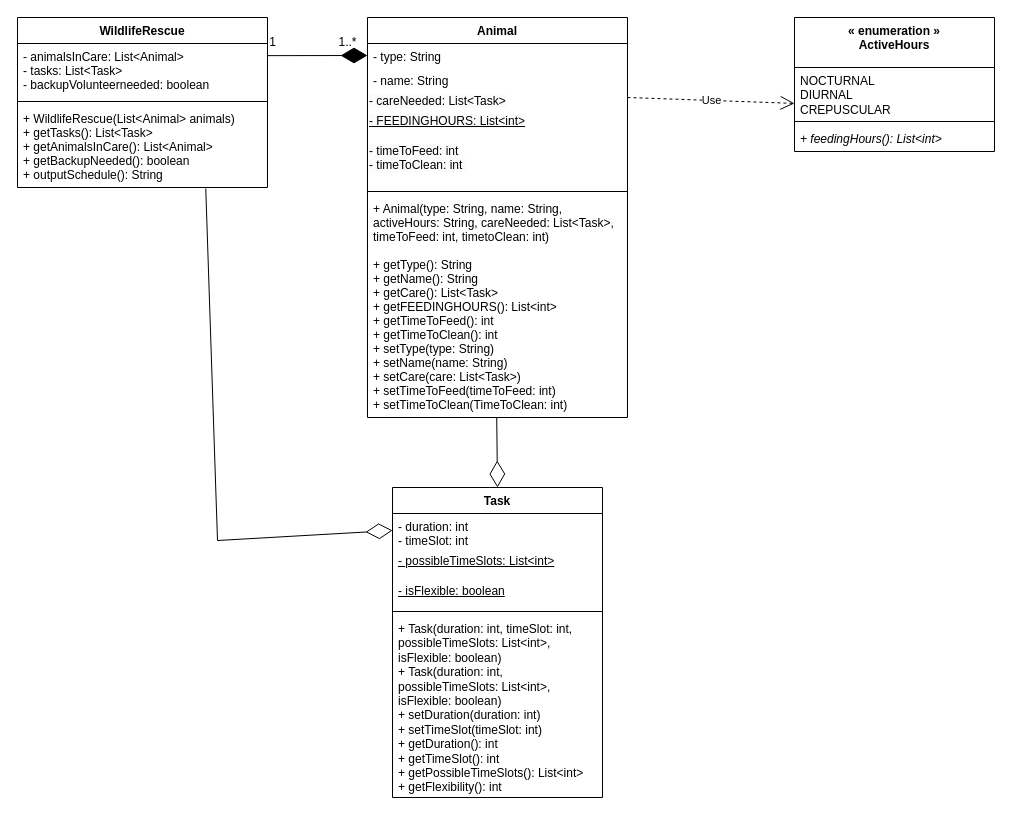
Earlier version of the draw.io diagram 64.drawio (aryan-karadia/Mock-Schedule-Builder). Source tidied: cells renumbered, new cells numbered last; positions are measured from the earlier drawing's top-left corner, leaving out a move shared by most shapes. Both pictures are drawn from the tidied source at 100%, with x=0, y=0 at pixel (17, 17).
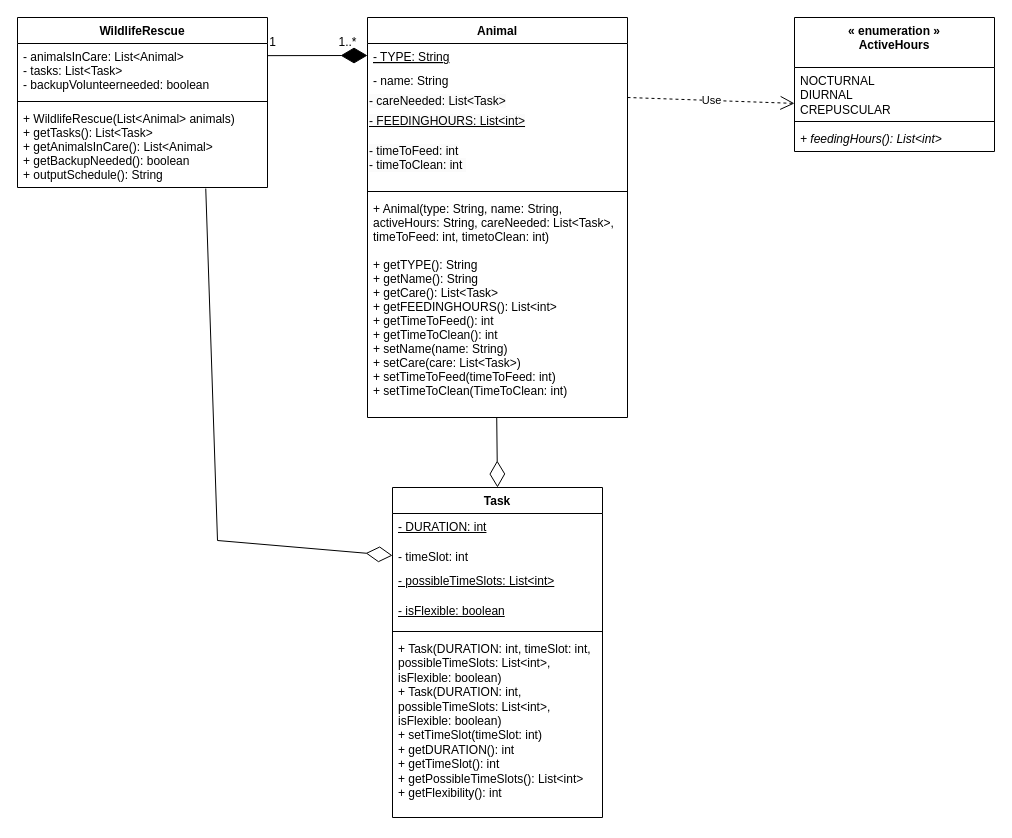
Above is the later version.

Unchanged cells that the change refers to:
```xml
<mxCell id="6" value="Animal" style="swimlane;fontStyle=1;align=center;verticalAlign=top;horizontal=1;startSize=26;" parent="1" vertex="1">
  <mxGeometry x="350" width="260" height="400" as="geometry" />
</mxCell>
```

What changed in the source:
```diff
@@
-    <mxCell id="7" value="- type: String" style="text;strokeColor=none;fillColor=none;align=left;verticalAlign=top;spacingLeft=4;spacingRight=4;overflow=hidden;points=[[0,0.5],[1,0.5]];portConstraint=eastwest;fontStyle=0;" parent="6" vertex="1">
+    <mxCell id="7" value="- TYPE: String" style="text;strokeColor=none;fillColor=none;align=left;verticalAlign=top;spacingLeft=4;spacingRight=4;overflow=hidden;points=[[0,0.5],[1,0.5]];portConstraint=eastwest;fontStyle=4;" parent="6" vertex="1">
       <mxGeometry y="26" width="260" height="24" as="geometry" />
     </mxCell>
@@
-    <mxCell id="13" value="+ Animal(type: String, name: String, &#10;activeHours: String, careNeeded: List&lt;Task&gt;, &#10;timeToFeed: int, timetoClean: int)&#10;&#10;+ getType(): String&#10;+ getName(): String&#10;+ getCare(): List&lt;Task&gt;&#10;+ getFEEDINGHOURS(): List&lt;int&gt;&#10;+ getTimeToFeed(): int&#10;+ getTimeToClean(): int&#10;+ setType(type: String)&#10;+ setName(name: String)&#10;+ setCare(care: List&lt;Task&gt;)&#10;+ setTimeToFeed(timeToFeed: int)&#10;+ setTimeToClean(TimeToClean: int)&#10;&#10;" style="text;strokeColor=none;fillColor=none;align=left;verticalAlign=top;spacingLeft=4;spacingRight=4;overflow=hidden;points=[[0,0.5],[1,0.5]];portConstraint=eastwest;" parent="6" vertex="1">
+    <mxCell id="13" value="+ Animal(type: String, name: String, &#10;activeHours: String, careNeeded: List&lt;Task&gt;, &#10;timeToFeed: int, timetoClean: int)&#10;&#10;+ getTYPE(): String&#10;+ getName(): String&#10;+ getCare(): List&lt;Task&gt;&#10;+ getFEEDINGHOURS(): List&lt;int&gt;&#10;+ getTimeToFeed(): int&#10;+ getTimeToClean(): int&#10;+ setName(name: String)&#10;+ setCare(care: List&lt;Task&gt;)&#10;+ setTimeToFeed(timeToFeed: int)&#10;+ setTimeToClean(TimeToClean: int)&#10;&#10;" style="text;strokeColor=none;fillColor=none;align=left;verticalAlign=top;spacingLeft=4;spacingRight=4;overflow=hidden;points=[[0,0.5],[1,0.5]];portConstraint=eastwest;" parent="6" vertex="1">
       <mxGeometry y="178" width="260" height="222" as="geometry" />
     </mxCell>
@@
     <mxCell id="20" value="Task" style="swimlane;fontStyle=1;align=center;verticalAlign=top;horizontal=1;startSize=26;whiteSpace=wrap;html=1;" parent="1" vertex="1">
-      <mxGeometry x="375" y="470" width="210" height="310" as="geometry" />
+      <mxGeometry x="375" y="470" width="210" height="330" as="geometry" />
     </mxCell>
+    <mxCell id="30" value="&lt;u&gt;- DURATION: int&lt;/u&gt;" style="text;html=1;strokeColor=none;fillColor=none;align=left;verticalAlign=top;whiteSpace=wrap;rounded=0;spacingLeft=4;spacingRight=4;" parent="20" vertex="1">
+      <mxGeometry y="26" width="210" height="30" as="geometry" />
+    </mxCell>
-    <mxCell id="21" value="- duration: int&lt;br&gt;- timeSlot: int" style="text;strokeColor=none;fillColor=none;align=left;verticalAlign=top;spacingLeft=4;spacingRight=4;overflow=hidden;points=[[0,0.5],[1,0.5]];portConstraint=eastwest;whiteSpace=wrap;html=1;" parent="20" vertex="1">
-      <mxGeometry y="26" width="210" height="34" as="geometry" />
+    <mxCell id="21" value="- timeSlot: int" style="text;strokeColor=none;fillColor=none;align=left;verticalAlign=top;spacingLeft=4;spacingRight=4;overflow=hidden;points=[[0,0.5],[1,0.5]];portConstraint=eastwest;whiteSpace=wrap;html=1;" parent="20" vertex="1">
+      <mxGeometry y="56" width="210" height="24" as="geometry" />
     </mxCell>
-    <mxCell id="22" value="&lt;u&gt;- possibleTimeSlots: List&amp;lt;int&amp;gt;&lt;/u&gt;" style="text;html=1;strokeColor=none;fillColor=none;align=left;verticalAlign=top;whiteSpace=wrap;rounded=0;spacingLeft=4;spacingRight=4;" parent="20" vertex="1">
-      <mxGeometry y="60" width="210" height="30" as="geometry" />
+    <mxCell id="22" value="&lt;u&gt;- possibleTimeSlots: List&amp;lt;int&amp;gt;&lt;br&gt;&lt;br&gt;&lt;/u&gt;" style="text;html=1;strokeColor=none;fillColor=none;align=left;verticalAlign=top;whiteSpace=wrap;rounded=0;spacingLeft=4;spacingRight=4;" parent="20" vertex="1">
+      <mxGeometry y="80" width="210" height="30" as="geometry" />
     </mxCell>
     <mxCell id="23" value="&lt;u&gt;- isFlexible: boolean&lt;/u&gt;" style="text;strokeColor=none;fillColor=none;align=left;verticalAlign=top;spacingLeft=4;spacingRight=4;overflow=hidden;whiteSpace=wrap;html=1;" parent="20" vertex="1">
-      <mxGeometry y="90" width="210" height="30" as="geometry" />
+      <mxGeometry y="110" width="210" height="30" as="geometry" />
     </mxCell>
     <mxCell id="24" style="line;strokeWidth=1;fillColor=none;align=left;verticalAlign=middle;spacingTop=-1;spacingLeft=3;spacingRight=3;labelPosition=right;strokeColor=inherit;" parent="20" vertex="1">
-      <mxGeometry y="120" width="210" height="8" as="geometry" />
+      <mxGeometry y="140" width="210" height="8" as="geometry" />
     </mxCell>
-    <mxCell id="25" value="+ Task(duration: int, timeSlot: int, possibleTimeSlots: List&amp;lt;int&amp;gt;, isFlexible: boolean)&lt;br&gt;+ Task(duration: int, possibleTimeSlots: List&amp;lt;int&amp;gt;, isFlexible: boolean)&lt;br&gt;+ setDuration(duration: int)&lt;br&gt;+ setTimeSlot(timeSlot: int)&lt;br&gt;+ getDuration(): int&lt;br&gt;+ getTimeSlot(): int&lt;br&gt;+ getPossibleTimeSlots(): List&amp;lt;int&amp;gt;&lt;br&gt;+ getFlexibility(): int" style="text;strokeColor=none;fillColor=none;align=left;verticalAlign=top;spacingLeft=4;spacingRight=4;overflow=hidden;whiteSpace=wrap;html=1;" parent="20" vertex="1">
-      <mxGeometry y="128" width="210" height="182" as="geometry" />
+    <mxCell id="25" value="+ Task(DURATION: int, timeSlot: int, possibleTimeSlots: List&amp;lt;int&amp;gt;, isFlexible: boolean)&lt;br&gt;+ Task(DURATION: int, possibleTimeSlots: List&amp;lt;int&amp;gt;, isFlexible: boolean)&lt;br&gt;+ setTimeSlot(timeSlot: int)&lt;br&gt;+ getDURATION(): int&lt;br&gt;+ getTimeSlot(): int&lt;br&gt;+ getPossibleTimeSlots(): List&amp;lt;int&amp;gt;&lt;br&gt;+ getFlexibility(): int" style="text;strokeColor=none;fillColor=none;align=left;verticalAlign=top;spacingLeft=4;spacingRight=4;overflow=hidden;whiteSpace=wrap;html=1;" parent="20" vertex="1">
+      <mxGeometry y="148" width="210" height="182" as="geometry" />
     </mxCell>
```
